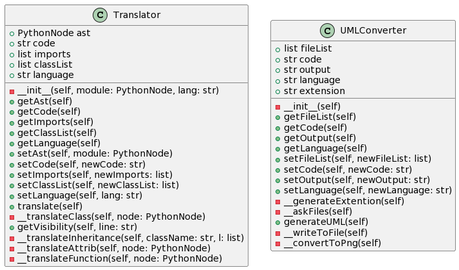
Earlier version of the PlantUML export outputs/projectUML.png (AdrianEpi/UMLConverter).
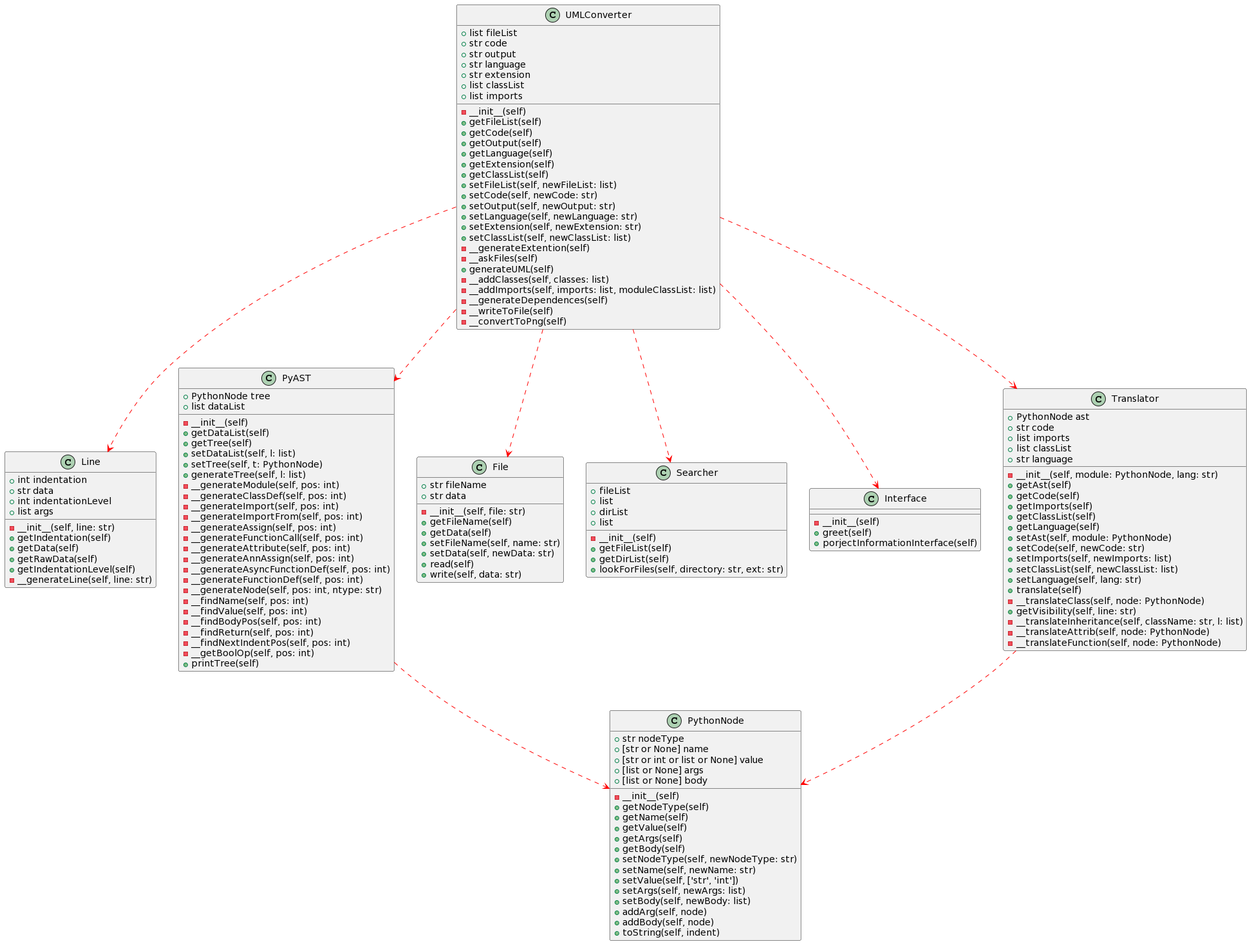
After the change.

Commit message:
Added class dependences (red)

Change to the diagram source:
```diff
@@ -1,4 +1,97 @@
 @startuml
+class Line {
+    + int indentation
+    + str data
+    + int indentationLevel
+    + list args
+    - __init__(self, line: str)
+    + getIndentation(self)
+    + getData(self)
+    + getRawData(self)
+    + getIndentationLevel(self)
+    - __generateLine(self, line: str)
+}
+
+class PyAST {
+    + PythonNode tree
+    + list dataList
+    - __init__(self)
+    + getDataList(self)
+    + getTree(self)
+    + setDataList(self, l: list)
+    + setTree(self, t: PythonNode)
+    + generateTree(self, l: list)
+    - __generateModule(self, pos: int)
+    - __generateClassDef(self, pos: int)
+    - __generateImport(self, pos: int)
+    - __generateImportFrom(self, pos: int)
+    - __generateAssign(self, pos: int)
+    - __generateFunctionCall(self, pos: int)
+    - __generateAttribute(self, pos: int)
+    - __generateAnnAssign(self, pos: int)
+    - __generateAsyncFunctionDef(self, pos: int)
+    - __generateFunctionDef(self, pos: int)
+    - __generateNode(self, pos: int, ntype: str)
+    - __findName(self, pos: int)
+    - __findValue(self, pos: int)
+    - __findBodyPos(self, pos: int)
+    - __findReturn(self, pos: int)
+    - __findNextIndentPos(self, pos: int)
+    - __getBoolOp(self, pos: int)
+    + printTree(self)
+}
+
+class PythonNode {
+    + str nodeType
+    + [str or None] name
+    + [str or int or list or None] value
+    + [list or None] args
+    + [list or None] body
+    - __init__(self)
+    + getNodeType(self)
+    + getName(self)
+    + getValue(self)
+    + getArgs(self)
+    + getBody(self)
+    + setNodeType(self, newNodeType: str)
+    + setName(self, newName: str)
+    + setValue(self, ['str', 'int'])
+    + setArgs(self, newArgs: list)
+    + setBody(self, newBody: list)
+    + addArg(self, node)
+    + addBody(self, node)
+    + toString(self, indent)
+}
+
+class File {
+    + str fileName
+    + str data
+    - __init__(self, file: str)
+    + getFileName(self)
+    + getData(self)
+    + setFileName(self, name: str)
+    + setData(self, newData: str)
+    + read(self)
+    + write(self, data: str)
+}
+
+class Searcher {
+    + fileList
+    + list
+    + dirList
+    + list
+    - __init__(self)
+    + getFileList(self)
+    + getDirList(self)
+    + lookForFiles(self, directory: str, ext: str)
+}
+
+class Interface {
+    - __init__(self)
+    + greet(self)
+    + porjectInformationInterface(self)
+}
+
 class Translator {
     + PythonNode ast
     + str code
@@ -30,19 +123,37 @@
     + str output
     + str language
     + str extension
+    + list classList
+    + list imports
     - __init__(self)
     + getFileList(self)
     + getCode(self)
     + getOutput(self)
     + getLanguage(self)
+    + getExtension(self)
+    + getClassList(self)
     + setFileList(self, newFileList: list)
     + setCode(self, newCode: str)
     + setOutput(self, newOutput: str)
     + setLanguage(self, newLanguage: str)
+    + setExtension(self, newExtension: str)
+    + setClassList(self, newClassList: list)
     - __generateExtention(self)
     - __askFiles(self)
     + generateUML(self)
+    - __addClasses(self, classes: list)
+    - __addImports(self, imports: list, moduleClassList: list)
+    - __generateDependences(self)
     - __writeToFile(self)
     - __convertToPng(self)
 }
+
+PyAST --> PythonNode #red;line.dashed
+Translator --> PythonNode #red;line.dashed
+UMLConverter --> Translator #red;line.dashed
+UMLConverter --> File #red;line.dashed
+UMLConverter --> Searcher #red;line.dashed
+UMLConverter --> Line #red;line.dashed
+UMLConverter --> PyAST #red;line.dashed
+UMLConverter --> Interface #red;line.dashed
 @enduml
```
